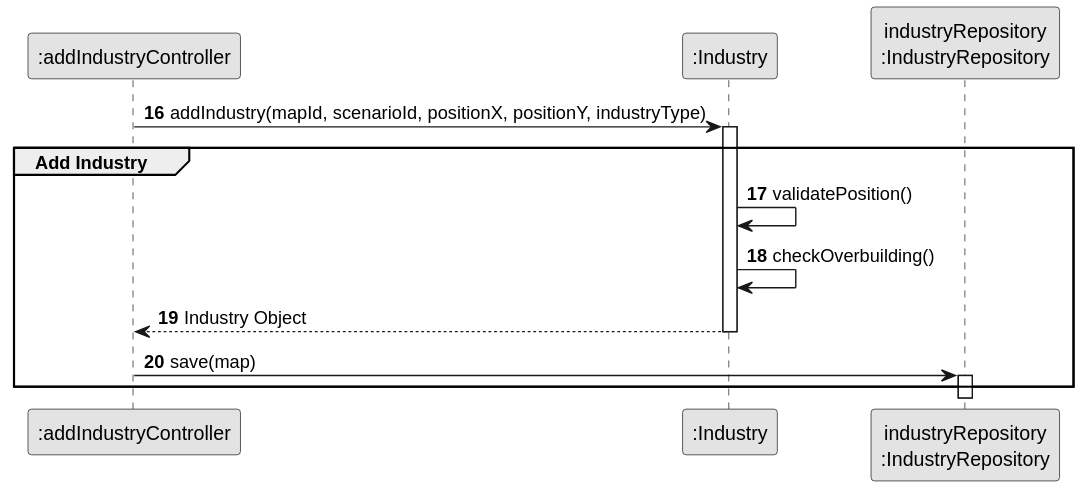
The PlantUML diagram docs/sprint3/us002/03.design/svg/us002-sd-partial-add-industry.svg in ivasduarte/all-aboard, before a commit.
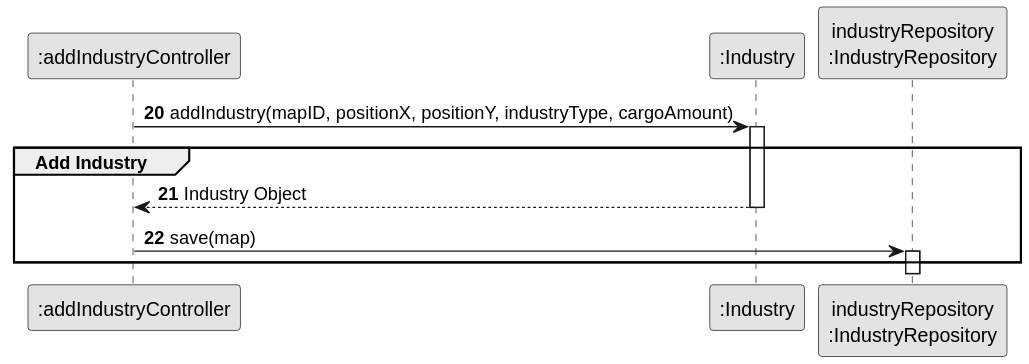
After the change.

Commit message:
US02(docs): updated partial sds

Diff of the diagram source:
```diff
@@ -3,23 +3,22 @@
 skinparam packageStyle rectangle
 skinparam shadowing false
 
-autonumber 16
+autonumber 20
 
 participant ":addIndustryController" as CTRL
 participant ":Industry" as IND
 participant "industryRepository\n:IndustryRepository" as REPO
 
-CTRL -> IND : addIndustry(mapId, scenarioId, positionX, positionY, industryType)
+CTRL -> IND : addIndustry(mapID, positionX, positionY, industryType, cargoAmount)
 activate IND
 
 group Add Industry
-    IND -> IND : validatePosition()
-    IND -> IND : checkOverbuilding()
 
     IND --> CTRL : Industry Object
     deactivate IND
 
     CTRL -> REPO : save(map)
     activate REPO
+
 end
 @enduml
```
